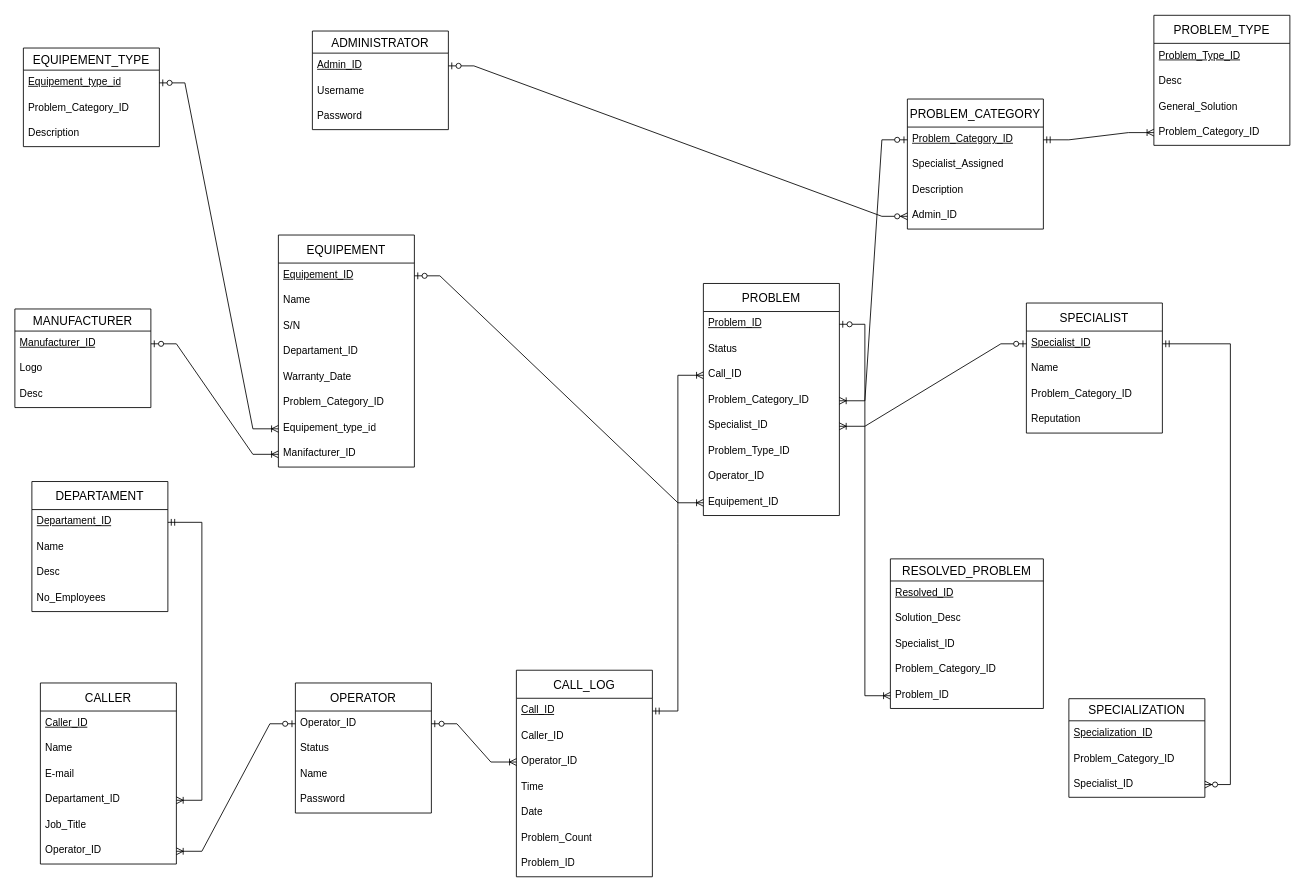
Earlier version of the draw.io diagram DiagramaER.drawio (a14469oficina/Diagrama). Source tidied: cells renumbered, new cells numbered last; positions are measured from the earlier drawing's top-left corner, leaving out a move shared by most shapes. Both pictures are drawn from the tidied source at 85%, with x=0, y=0 at pixel (14, 15).
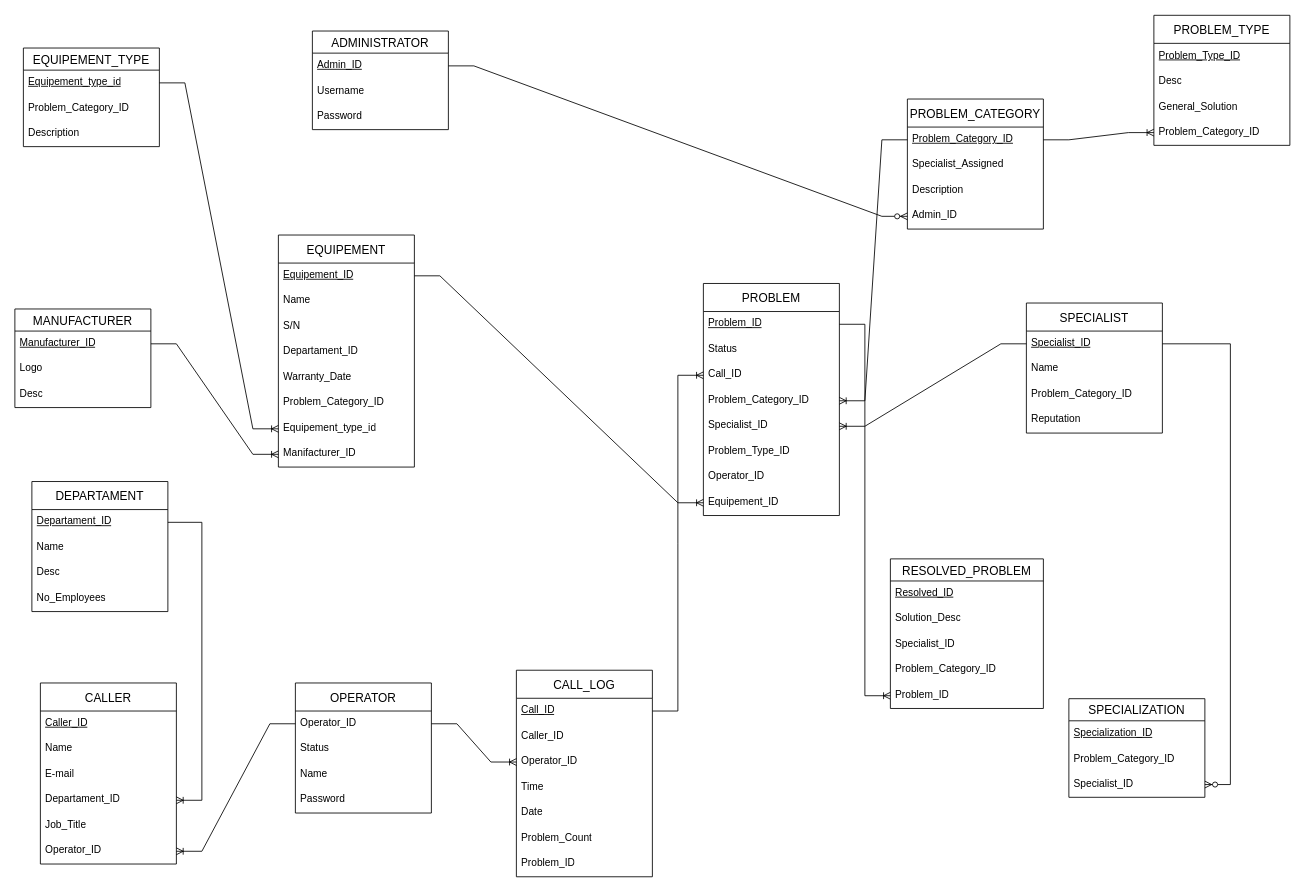
Above is the later version.

Unchanged cells that the change refers to:
```xml
<mxCell id="3" value="Equipement_type_id" style="text;strokeColor=none;fillColor=none;spacingLeft=4;spacingRight=4;overflow=hidden;points=[[0,0.5],[1,0.5]];portConstraint=eastwest;fontSize=12;whiteSpace=wrap;html=1;fontStyle=4;" parent="2" vertex="1">
  <mxGeometry y="26" width="160" height="30" as="geometry" />
</mxCell>
<mxCell id="7" value="Admin_ID" style="text;strokeColor=none;fillColor=none;spacingLeft=4;spacingRight=4;overflow=hidden;points=[[0,0.5],[1,0.5]];portConstraint=eastwest;fontSize=12;whiteSpace=wrap;html=1;fontStyle=4;" parent="6" vertex="1">
  <mxGeometry y="26" width="160" height="30" as="geometry" />
</mxCell>
<mxCell id="11" value="Manufacturer_ID" style="text;strokeColor=none;fillColor=none;spacingLeft=4;spacingRight=4;overflow=hidden;points=[[0,0.5],[1,0.5]];portConstraint=eastwest;fontSize=12;whiteSpace=wrap;html=1;fontStyle=4;" parent="10" vertex="1">
  <mxGeometry y="26" width="160" height="30" as="geometry" />
</mxCell>
<mxCell id="15" value="Problem_ID" style="text;strokeColor=none;fillColor=none;spacingLeft=4;spacingRight=4;overflow=hidden;points=[[0,0.5],[1,0.5]];portConstraint=eastwest;fontSize=12;whiteSpace=wrap;html=1;fontStyle=4;" parent="14" vertex="1">
  <mxGeometry y="33" width="160" height="30" as="geometry" />
</mxCell>
<mxCell id="17" value="Call_ID" style="text;strokeColor=none;fillColor=none;spacingLeft=4;spacingRight=4;overflow=hidden;points=[[0,0.5],[1,0.5]];portConstraint=eastwest;fontSize=12;whiteSpace=wrap;html=1;" parent="14" vertex="1">
  <mxGeometry y="93" width="160" height="30" as="geometry" />
</mxCell>
<mxCell id="18" value="Problem_Category_ID" style="text;strokeColor=none;fillColor=none;spacingLeft=4;spacingRight=4;overflow=hidden;points=[[0,0.5],[1,0.5]];portConstraint=eastwest;fontSize=12;whiteSpace=wrap;html=1;" parent="14" vertex="1">
  <mxGeometry y="123" width="160" height="30" as="geometry" />
</mxCell>
<mxCell id="19" value="Specialist_ID" style="text;strokeColor=none;fillColor=none;spacingLeft=4;spacingRight=4;overflow=hidden;points=[[0,0.5],[1,0.5]];portConstraint=eastwest;fontSize=12;whiteSpace=wrap;html=1;" parent="14" vertex="1">
  <mxGeometry y="153" width="160" height="30" as="geometry" />
</mxCell>
<mxCell id="22" value="Equipement_ID" style="text;strokeColor=none;fillColor=none;spacingLeft=4;spacingRight=4;overflow=hidden;points=[[0,0.5],[1,0.5]];portConstraint=eastwest;fontSize=12;whiteSpace=wrap;html=1;" parent="14" vertex="1">
  <mxGeometry y="243" width="160" height="30" as="geometry" />
</mxCell>
<mxCell id="26" value="Specialist_ID" style="text;strokeColor=none;fillColor=none;spacingLeft=4;spacingRight=4;overflow=hidden;points=[[0,0.5],[1,0.5]];portConstraint=eastwest;fontSize=12;whiteSpace=wrap;html=1;" parent="23" vertex="1">
  <mxGeometry y="86" width="160" height="30" as="geometry" />
</mxCell>
<mxCell id="32" value="Problem_ID" style="text;strokeColor=none;fillColor=none;spacingLeft=4;spacingRight=4;overflow=hidden;points=[[0,0.5],[1,0.5]];portConstraint=eastwest;fontSize=12;whiteSpace=wrap;html=1;" parent="27" vertex="1">
  <mxGeometry y="146" width="180" height="30" as="geometry" />
</mxCell>
<mxCell id="34" value="Equipement_ID" style="text;strokeColor=none;fillColor=none;spacingLeft=4;spacingRight=4;overflow=hidden;points=[[0,0.5],[1,0.5]];portConstraint=eastwest;fontSize=12;whiteSpace=wrap;html=1;fontStyle=4;" parent="33" vertex="1">
  <mxGeometry y="33" width="160" height="30" as="geometry" />
</mxCell>
<mxCell id="40" value="&lt;span style=&quot;&quot;&gt;Equipement_type_id&lt;/span&gt;" style="text;strokeColor=none;fillColor=none;spacingLeft=4;spacingRight=4;overflow=hidden;points=[[0,0.5],[1,0.5]];portConstraint=eastwest;fontSize=12;whiteSpace=wrap;html=1;fontStyle=0;" parent="33" vertex="1">
  <mxGeometry y="213" width="160" height="30" as="geometry" />
</mxCell>
<mxCell id="41" value="Manifacturer_ID" style="text;strokeColor=none;fillColor=none;spacingLeft=4;spacingRight=4;overflow=hidden;points=[[0,0.5],[1,0.5]];portConstraint=eastwest;fontSize=12;whiteSpace=wrap;html=1;" parent="33" vertex="1">
  <mxGeometry y="243" width="160" height="30" as="geometry" />
</mxCell>
<mxCell id="43" value="Departament_ID" style="text;strokeColor=none;fillColor=none;spacingLeft=4;spacingRight=4;overflow=hidden;points=[[0,0.5],[1,0.5]];portConstraint=eastwest;fontSize=12;whiteSpace=wrap;html=1;fontStyle=4;" parent="42" vertex="1">
  <mxGeometry y="33" width="160" height="30" as="geometry" />
</mxCell>
<mxCell id="51" value="Departament_ID" style="text;strokeColor=none;fillColor=none;spacingLeft=4;spacingRight=4;overflow=hidden;points=[[0,0.5],[1,0.5]];portConstraint=eastwest;fontSize=12;whiteSpace=wrap;html=1;" parent="47" vertex="1">
  <mxGeometry y="123" width="160" height="30" as="geometry" />
</mxCell>
<mxCell id="53" value="Operator_ID" style="text;strokeColor=none;fillColor=none;spacingLeft=4;spacingRight=4;overflow=hidden;points=[[0,0.5],[1,0.5]];portConstraint=eastwest;fontSize=12;whiteSpace=wrap;html=1;" parent="47" vertex="1">
  <mxGeometry y="183" width="160" height="30" as="geometry" />
</mxCell>
<mxCell id="55" value="Operator_ID" style="text;strokeColor=none;fillColor=none;spacingLeft=4;spacingRight=4;overflow=hidden;points=[[0,0.5],[1,0.5]];portConstraint=eastwest;fontSize=12;whiteSpace=wrap;html=1;fontStyle=0;" parent="54" vertex="1">
  <mxGeometry y="33" width="160" height="30" as="geometry" />
</mxCell>
<mxCell id="60" value="Call_ID" style="text;strokeColor=none;fillColor=none;spacingLeft=4;spacingRight=4;overflow=hidden;points=[[0,0.5],[1,0.5]];portConstraint=eastwest;fontSize=12;whiteSpace=wrap;html=1;fontStyle=4;" parent="59" vertex="1">
  <mxGeometry y="33" width="160" height="30" as="geometry" />
</mxCell>
<mxCell id="62" value="Operator_ID" style="text;strokeColor=none;fillColor=none;spacingLeft=4;spacingRight=4;overflow=hidden;points=[[0,0.5],[1,0.5]];portConstraint=eastwest;fontSize=12;whiteSpace=wrap;html=1;" parent="59" vertex="1">
  <mxGeometry y="93" width="160" height="30" as="geometry" />
</mxCell>
<mxCell id="68" value="Problem_Category_ID" style="text;strokeColor=none;fillColor=none;spacingLeft=4;spacingRight=4;overflow=hidden;points=[[0,0.5],[1,0.5]];portConstraint=eastwest;fontSize=12;whiteSpace=wrap;html=1;fontStyle=4;" parent="67" vertex="1">
  <mxGeometry y="33" width="160" height="30" as="geometry" />
</mxCell>
<mxCell id="71" value="Admin_ID" style="text;strokeColor=none;fillColor=none;spacingLeft=4;spacingRight=4;overflow=hidden;points=[[0,0.5],[1,0.5]];portConstraint=eastwest;fontSize=12;whiteSpace=wrap;html=1;" parent="67" vertex="1">
  <mxGeometry y="123" width="160" height="30" as="geometry" />
</mxCell>
<mxCell id="73" value="Specialist_ID" style="text;strokeColor=none;fillColor=none;spacingLeft=4;spacingRight=4;overflow=hidden;points=[[0,0.5],[1,0.5]];portConstraint=eastwest;fontSize=12;whiteSpace=wrap;html=1;fontStyle=4;" parent="72" vertex="1">
  <mxGeometry y="33" width="160" height="30" as="geometry" />
</mxCell>
<mxCell id="81" value="Problem_Category_ID" style="text;strokeColor=none;fillColor=none;spacingLeft=4;spacingRight=4;overflow=hidden;points=[[0,0.5],[1,0.5]];portConstraint=eastwest;fontSize=12;whiteSpace=wrap;html=1;" parent="77" vertex="1">
  <mxGeometry y="123" width="160" height="30" as="geometry" />
</mxCell>
```

The edit, as a diff of the source:
```diff
@@
-    <mxCell id="82" style="edgeStyle=entityRelationEdgeStyle;fontSize=12;html=1;endArrow=ERoneToMany;startArrow=ERzeroToOne;rounded=0;" parent="1" edge="1" source="3" target="40">
+    <mxCell id="82" style="edgeStyle=entityRelationEdgeStyle;fontSize=12;html=1;endArrow=ERoneToMany;startArrow=none;rounded=0;startFill=0;" parent="1" edge="1" source="3" target="40">
       <mxGeometry relative="1" as="geometry">
         <Array as="points">
           <mxPoint x="300" y="618" />
         </Array>
       </mxGeometry>
     </mxCell>
-    <mxCell id="83" style="edgeStyle=entityRelationEdgeStyle;fontSize=12;html=1;endArrow=ERoneToMany;startArrow=ERzeroToOne;rounded=0;" parent="1" edge="1" source="11" target="41">
+    <mxCell id="83" style="edgeStyle=entityRelationEdgeStyle;fontSize=12;html=1;endArrow=ERoneToMany;startArrow=none;rounded=0;startFill=0;" parent="1" edge="1" source="11" target="41">
       <mxGeometry relative="1" as="geometry" />
     </mxCell>
-    <mxCell id="84" style="edgeStyle=entityRelationEdgeStyle;fontSize=12;html=1;endArrow=ERoneToMany;startArrow=ERzeroToOne;rounded=0;" parent="1" edge="1" source="34" target="22">
+    <mxCell id="84" style="edgeStyle=entityRelationEdgeStyle;fontSize=12;html=1;endArrow=ERoneToMany;startArrow=none;rounded=0;startFill=0;" parent="1" edge="1" source="34" target="22">
       <mxGeometry relative="1" as="geometry" />
     </mxCell>
-    <mxCell id="85" style="edgeStyle=entityRelationEdgeStyle;fontSize=12;html=1;endArrow=ERoneToMany;startArrow=ERzeroToOne;rounded=0;" parent="1" edge="1" source="55" target="53">
+    <mxCell id="85" style="edgeStyle=entityRelationEdgeStyle;fontSize=12;html=1;endArrow=ERoneToMany;startArrow=none;rounded=0;startFill=0;" parent="1" edge="1" source="55" target="53">
       <mxGeometry relative="1" as="geometry" />
     </mxCell>
-    <mxCell id="86" style="edgeStyle=entityRelationEdgeStyle;fontSize=12;html=1;endArrow=ERoneToMany;startArrow=ERzeroToOne;rounded=0;" parent="1" edge="1" source="55" target="62">
+    <mxCell id="86" style="edgeStyle=entityRelationEdgeStyle;fontSize=12;html=1;endArrow=ERoneToMany;startArrow=none;rounded=0;startFill=0;" parent="1" edge="1" source="55" target="62">
       <mxGeometry relative="1" as="geometry" />
     </mxCell>
-    <mxCell id="87" style="edgeStyle=entityRelationEdgeStyle;fontSize=12;html=1;endArrow=ERzeroToMany;startArrow=ERmandOne;rounded=0;" parent="1" edge="1" source="73" target="26">
+    <mxCell id="87" style="edgeStyle=entityRelationEdgeStyle;fontSize=12;html=1;endArrow=ERzeroToMany;startArrow=none;rounded=0;startFill=0;" parent="1" edge="1" source="73" target="26">
       <mxGeometry relative="1" as="geometry" />
     </mxCell>
-    <mxCell id="88" style="edgeStyle=entityRelationEdgeStyle;fontSize=12;html=1;endArrow=ERoneToMany;startArrow=ERzeroToOne;rounded=0;" parent="1" edge="1" source="15" target="32">
+    <mxCell id="88" style="edgeStyle=entityRelationEdgeStyle;fontSize=12;html=1;endArrow=ERoneToMany;startArrow=none;rounded=0;startFill=0;" parent="1" edge="1" source="15" target="32">
       <mxGeometry relative="1" as="geometry" />
     </mxCell>
-    <mxCell id="89" style="edgeStyle=entityRelationEdgeStyle;fontSize=12;html=1;endArrow=ERoneToMany;startArrow=ERzeroToOne;rounded=0;" parent="1" edge="1" source="68" target="18">
+    <mxCell id="89" style="edgeStyle=entityRelationEdgeStyle;fontSize=12;html=1;endArrow=ERoneToMany;startArrow=none;rounded=0;startFill=0;" parent="1" edge="1" source="68" target="18">
       <mxGeometry relative="1" as="geometry" />
     </mxCell>
-    <mxCell id="90" style="edgeStyle=entityRelationEdgeStyle;fontSize=12;html=1;endArrow=ERoneToMany;startArrow=ERmandOne;rounded=0;" parent="1" edge="1" source="68" target="81">
+    <mxCell id="90" style="edgeStyle=entityRelationEdgeStyle;fontSize=12;html=1;endArrow=ERoneToMany;startArrow=none;rounded=0;startFill=0;" parent="1" edge="1" source="68" target="81">
       <mxGeometry relative="1" as="geometry" />
     </mxCell>
-    <mxCell id="91" style="edgeStyle=entityRelationEdgeStyle;fontSize=12;html=1;endArrow=ERzeroToMany;startArrow=ERzeroToOne;rounded=0;" parent="1" edge="1" source="7" target="71">
+    <mxCell id="91" style="edgeStyle=entityRelationEdgeStyle;fontSize=12;html=1;endArrow=ERzeroToMany;startArrow=none;rounded=0;startFill=0;" parent="1" edge="1" source="7" target="71">
       <mxGeometry relative="1" as="geometry" />
     </mxCell>
-    <mxCell id="92" style="edgeStyle=entityRelationEdgeStyle;fontSize=12;html=1;endArrow=ERoneToMany;startArrow=ERmandOne;rounded=0;" parent="1" edge="1" source="43" target="51">
+    <mxCell id="92" style="edgeStyle=entityRelationEdgeStyle;fontSize=12;html=1;endArrow=ERoneToMany;startArrow=none;rounded=0;startFill=0;" parent="1" edge="1" source="43" target="51">
       <mxGeometry relative="1" as="geometry" />
     </mxCell>
-    <mxCell id="93" style="edgeStyle=entityRelationEdgeStyle;fontSize=12;html=1;endArrow=ERoneToMany;startArrow=ERmandOne;rounded=0;" parent="1" edge="1" source="60" target="17">
+    <mxCell id="93" style="edgeStyle=entityRelationEdgeStyle;fontSize=12;html=1;endArrow=ERoneToMany;startArrow=none;rounded=0;startFill=0;" parent="1" edge="1" source="60" target="17">
       <mxGeometry relative="1" as="geometry" />
     </mxCell>
-    <mxCell id="94" style="edgeStyle=entityRelationEdgeStyle;fontSize=12;html=1;endArrow=ERoneToMany;startArrow=ERzeroToOne;rounded=0;" parent="1" edge="1" source="73" target="19">
+    <mxCell id="94" style="edgeStyle=entityRelationEdgeStyle;fontSize=12;html=1;endArrow=ERoneToMany;startArrow=none;rounded=0;startFill=0;" parent="1" edge="1" source="73" target="19">
       <mxGeometry relative="1" as="geometry" />
     </mxCell>
```
